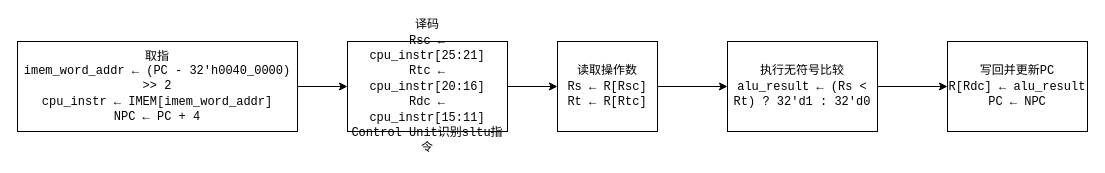
Before: Add指令流程图.drawio in LV-ZHU/Computer_Organization_and_Architecture_Course_Design, a draw.io diagram. Source tidied: cells renumbered, new cells numbered last; positions are measured from the earlier drawing's top-left corner, leaving out a move shared by most shapes. Both pictures are drawn from the tidied source at 100%, with x=0, y=0 at pixel (17, 41).
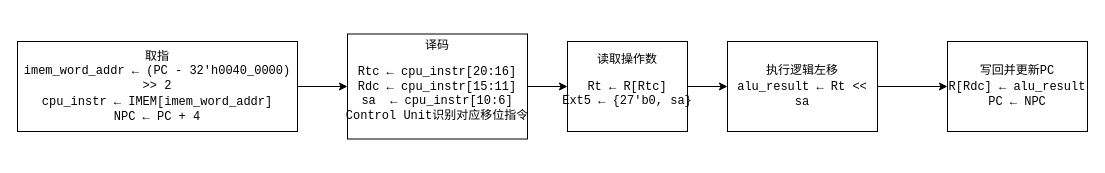
Above is the later version.

Commit message:
更新sll指令流程图.drawio

What changed in the source:
```diff
@@
 <mxGraphModel>
   <root>
     <mxCell id="0" />
     <mxCell id="1" parent="0" />
     <mxCell id="2" style="edgeStyle=orthogonalEdgeStyle;rounded=0;jettySize=auto;html=1;" parent="1" edge="1" source="3" target="5">
       <mxGeometry relative="1" as="geometry" />
     </mxCell>
     <mxCell id="3" value="取指&lt;div&gt;&lt;code dir=&quot;ltr&quot;&gt;imem_word_addr ← (PC - 32'h0040_0000) &amp;gt;&amp;gt; 2&lt;/code&gt;&lt;br&gt;&lt;code dir=&quot;ltr&quot;&gt;cpu_instr ← IMEM[imem_word_addr]&lt;/code&gt;&lt;br&gt;&lt;code dir=&quot;ltr&quot;&gt;NPC ← PC + 4&lt;/code&gt;&lt;/div&gt;" style="whiteSpace=wrap;html=1;" parent="1" vertex="1">
       <mxGeometry width="280" height="90" as="geometry" />
     </mxCell>
     <mxCell id="4" style="edgeStyle=orthogonalEdgeStyle;rounded=0;jettySize=auto;html=1;" parent="1" edge="1" source="5" target="7">
       <mxGeometry relative="1" as="geometry" />
     </mxCell>
-    <mxCell id="5" value="&lt;div&gt;&lt;code dir=&quot;ltr&quot;&gt;译码&lt;/code&gt;&lt;/div&gt;&lt;code dir=&quot;ltr&quot;&gt;Rsc ← cpu_instr[25:21]&lt;/code&gt;&lt;br&gt;&lt;code dir=&quot;ltr&quot;&gt;Rtc ← cpu_instr[20:16]&lt;/code&gt;&lt;br&gt;&lt;code dir=&quot;ltr&quot;&gt;Rdc ← cpu_instr[15:11]&lt;/code&gt;&lt;br&gt;&lt;code dir=&quot;ltr&quot;&gt;Control Unit识别sltu指令&lt;/code&gt;" style="whiteSpace=wrap;html=1;" parent="1" vertex="1">
-      <mxGeometry x="330" width="160" height="90" as="geometry" />
+    <mxCell id="5" value="&lt;div&gt;&lt;font face=&quot;monospace&quot;&gt;译码&lt;/font&gt;&lt;/div&gt;&lt;div&gt;&lt;pre dir=&quot;ltr&quot;&gt;&lt;code&gt;Rtc ← cpu_instr[20:16]&lt;br/&gt;Rdc ← cpu_instr[15:11]&lt;br/&gt;sa  ← cpu_instr[10:6]&lt;br/&gt;Control Unit识别对应移位指令&lt;/code&gt;&lt;/pre&gt;&lt;/div&gt;" style="whiteSpace=wrap;html=1;" parent="1" vertex="1">
+      <mxGeometry x="330" y="-7.5" width="180" height="105" as="geometry" />
     </mxCell>
     <mxCell id="6" style="edgeStyle=orthogonalEdgeStyle;rounded=0;jettySize=auto;html=1;" parent="1" edge="1" source="7" target="9">
       <mxGeometry relative="1" as="geometry" />
     </mxCell>
-    <mxCell id="7" value="&lt;div&gt;&lt;font face=&quot;monospace&quot;&gt;读取操作数&lt;/font&gt;&lt;/div&gt;&lt;div&gt;&lt;code dir=&quot;ltr&quot;&gt;Rs ← R[Rsc]&lt;/code&gt;&lt;br&gt;&lt;code dir=&quot;ltr&quot;&gt;Rt ← R[Rtc]&lt;/code&gt;&lt;font face=&quot;monospace&quot;&gt;&lt;/font&gt;&lt;/div&gt;" style="whiteSpace=wrap;html=1;" parent="1" vertex="1">
-      <mxGeometry x="540" width="100" height="90" as="geometry" />
+    <mxCell id="7" value="&lt;div&gt;&lt;font face=&quot;monospace&quot;&gt;读取操作数&lt;/font&gt;&lt;/div&gt;&lt;div&gt;&lt;pre dir=&quot;ltr&quot;&gt;&lt;code&gt;Rt ← R[Rtc]&lt;br/&gt;Ext5 ← {27'b0, sa}&lt;/code&gt;&lt;/pre&gt;&lt;/div&gt;" style="whiteSpace=wrap;html=1;" parent="1" vertex="1">
+      <mxGeometry x="550" width="120" height="90" as="geometry" />
     </mxCell>
     <mxCell id="8" style="edgeStyle=orthogonalEdgeStyle;rounded=0;jettySize=auto;html=1;" parent="1" edge="1" source="9" target="10">
       <mxGeometry relative="1" as="geometry" />
     </mxCell>
-    <mxCell id="9" value="&lt;div&gt;&lt;code&gt;执行无符号比较&lt;/code&gt;&lt;/div&gt;&lt;code&gt;alu_result ← (Rs &amp;lt; Rt) ? 32'd1 : 32'd0&lt;/code&gt;" style="whiteSpace=wrap;html=1;" parent="1" vertex="1">
+    <mxCell id="9" value="&lt;div&gt;&lt;code&gt;执行逻辑左移&lt;/code&gt;&lt;/div&gt;&lt;code&gt;alu_result ← Rt &amp;lt;&amp;lt; sa&lt;/code&gt;" style="whiteSpace=wrap;html=1;" parent="1" vertex="1">
       <mxGeometry x="710" width="150" height="90" as="geometry" />
     </mxCell>
     <mxCell id="10" value="&lt;font face=&quot;monospace&quot;&gt;写回并更新PC&lt;/font&gt;&lt;div&gt;&lt;code dir=&quot;ltr&quot;&gt;R[Rdc] ← alu_result&lt;/code&gt;&lt;br&gt;&lt;code dir=&quot;ltr&quot;&gt;PC ← NPC&lt;/code&gt;&lt;font face=&quot;monospace&quot;&gt;&lt;/font&gt;&lt;/div&gt;" style="whiteSpace=wrap;html=1;" parent="1" vertex="1">
       <mxGeometry x="930" width="140" height="90" as="geometry" />
     </mxCell>
   </root>
 </mxGraphModel>
```
